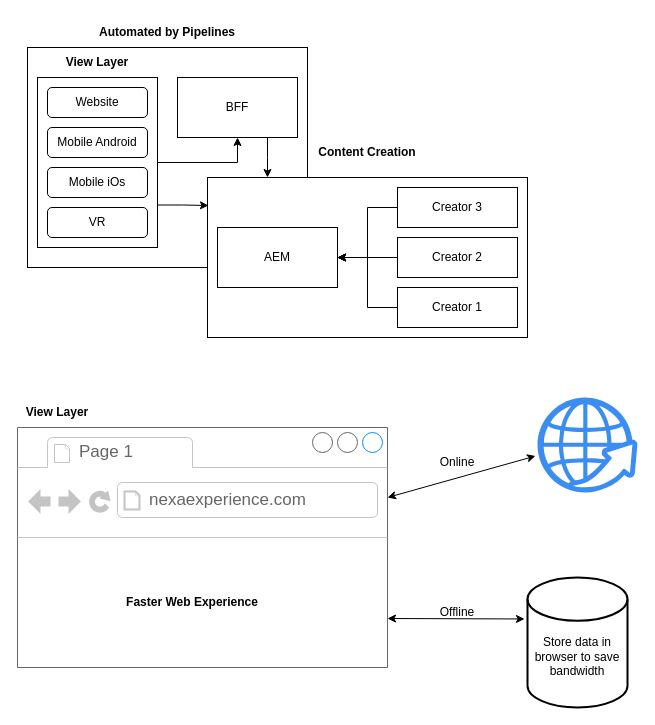
Above: ms.drawio in jagatjeevansahoo/draw.io (draw.io), before the change. Source tidied: cells renumbered, new cells numbered last; positions are measured from the earlier drawing's top-left corner, leaving out a move shared by most shapes. Both pictures are drawn from the tidied source at 100%, with x=0, y=0 at pixel (17, 17).
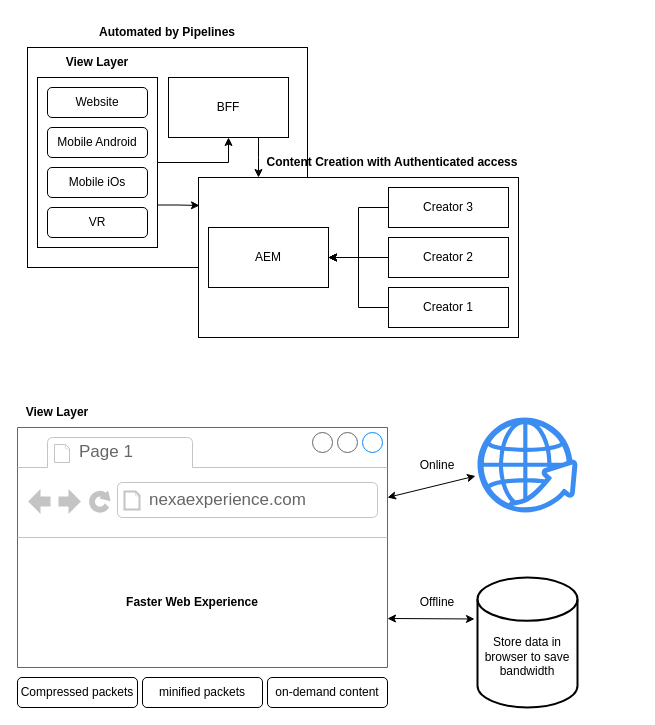
Above is the later version.

What changed in the source:
```diff
@@
     <mxCell id="10" style="group;" parent="1" vertex="1">
-      <mxGeometry x="190" y="120" width="320" height="200" as="geometry" />
+      <mxGeometry x="181" y="120" width="320" height="200" as="geometry" />
     </mxCell>
+    <mxCell id="21" value="&lt;b&gt;Content Creation with Authenticated access&lt;/b&gt;" style="text;html=1;strokeColor=none;fillColor=none;align=center;verticalAlign=middle;whiteSpace=wrap;rounded=0;" parent="10" vertex="1">
+      <mxGeometry x="54" y="10" width="280" height="30" as="geometry" />
+    </mxCell>
+    <mxCell id="22" style="edgeStyle=orthogonalEdgeStyle;rounded=0;jettySize=auto;html=1;exitX=0.75;exitY=1;exitDx=0;exitDy=0;" parent="10" edge="1" source="23">
+      <mxGeometry relative="1" as="geometry">
+        <mxPoint x="60" y="40" as="targetPoint" />
+      </mxGeometry>
+    </mxCell>
+    <mxCell id="23" value="BFF" style="rounded=0;whiteSpace=wrap;html=1;" parent="10" vertex="1">
+      <mxGeometry x="-30" y="-60" width="120" height="60" as="geometry" />
+    </mxCell>
+    <mxCell id="37" style="group;" parent="10" vertex="1">
+      <mxGeometry y="40" width="320" height="160" as="geometry" />
+    </mxCell>
-    <mxCell id="11" style="rounded=0;whiteSpace=wrap;html=1;" parent="10" vertex="1">
-      <mxGeometry y="40" width="320" height="160" as="geometry" />
+    <mxCell id="11" style="rounded=0;whiteSpace=wrap;html=1;" parent="37" vertex="1">
+      <mxGeometry width="320" height="160" as="geometry" />
     </mxCell>
-    <mxCell id="12" style="group;" parent="10" vertex="1">
-      <mxGeometry x="10" y="50" width="300" height="140" as="geometry" />
+    <mxCell id="12" style="group;" parent="37" vertex="1">
+      <mxGeometry x="10" y="10" width="300" height="140" as="geometry" />
     </mxCell>
@@
-    <mxCell id="21" value="&lt;b&gt;Content Creation&lt;/b&gt;" style="text;html=1;strokeColor=none;fillColor=none;align=center;verticalAlign=middle;whiteSpace=wrap;rounded=0;" parent="10" vertex="1">
-      <mxGeometry x="100" width="120" height="30" as="geometry" />
-    </mxCell>
-    <mxCell id="22" style="edgeStyle=orthogonalEdgeStyle;rounded=0;jettySize=auto;html=1;exitX=0.75;exitY=1;exitDx=0;exitDy=0;" parent="10" edge="1" source="23">
-      <mxGeometry relative="1" as="geometry">
-        <mxPoint x="60" y="40" as="targetPoint" />
-      </mxGeometry>
-    </mxCell>
-    <mxCell id="23" value="BFF" style="rounded=0;whiteSpace=wrap;html=1;" parent="10" vertex="1">
-      <mxGeometry x="-30" y="-60" width="120" height="60" as="geometry" />
-    </mxCell>
@@
     <mxCell id="31" value="&lt;br&gt;&lt;br&gt;Store data in browser to save bandwidth" style="strokeWidth=2;html=1;shape=mxgraph.flowchart.database;whiteSpace=wrap;" parent="1" vertex="1">
-      <mxGeometry x="510" y="560" width="100" height="130" as="geometry" />
+      <mxGeometry x="460" y="560" width="100" height="130" as="geometry" />
     </mxCell>
     <mxCell id="32" style="sketch=0;html=1;strokeColor=none;shadow=0;fillColor=#3B8DF1;verticalAlign=top;labelPosition=center;verticalLabelPosition=bottom;shape=mxgraph.gcp2.globe_world;" parent="1" vertex="1">
-      <mxGeometry x="520" y="380" width="100" height="95" as="geometry" />
+      <mxGeometry x="460" y="400" width="100" height="95" as="geometry" />
     </mxCell>
@@
     <mxCell id="34" value="Online" style="text;html=1;strokeColor=none;fillColor=none;align=center;verticalAlign=middle;whiteSpace=wrap;rounded=0;" parent="1" vertex="1">
-      <mxGeometry x="410" y="430" width="60" height="30" as="geometry" />
+      <mxGeometry x="390" y="432.5" width="60" height="30" as="geometry" />
     </mxCell>
@@
     <mxCell id="36" value="Offline" style="text;html=1;strokeColor=none;fillColor=none;align=center;verticalAlign=middle;whiteSpace=wrap;rounded=0;" parent="1" vertex="1">
-      <mxGeometry x="410" y="580" width="60" height="30" as="geometry" />
+      <mxGeometry x="390" y="570" width="60" height="30" as="geometry" />
     </mxCell>
+    <mxCell id="38" value="Compressed packets" style="rounded=1;whiteSpace=wrap;html=1;" parent="1" vertex="1">
+      <mxGeometry y="660" width="120" height="30" as="geometry" />
+    </mxCell>
+    <mxCell id="39" value="minified packets" style="rounded=1;whiteSpace=wrap;html=1;" parent="1" vertex="1">
+      <mxGeometry x="125" y="660" width="120" height="30" as="geometry" />
+    </mxCell>
+    <mxCell id="40" value="on-demand content" style="rounded=1;whiteSpace=wrap;html=1;" parent="1" vertex="1">
+      <mxGeometry x="250" y="660" width="120" height="30" as="geometry" />
+    </mxCell>
```
